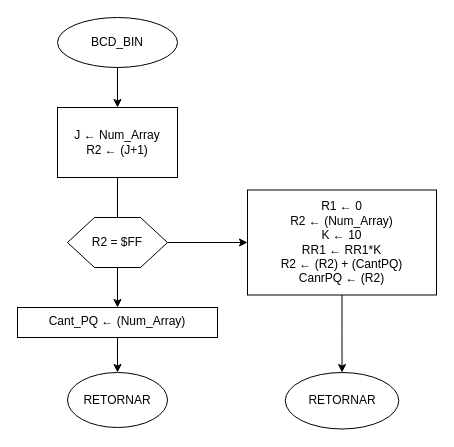
Above: tarea5/BCD_BIN.drawio in robertosc/microprocesadores (draw.io), before the change. Source tidied: cells renumbered, new cells numbered last; positions are measured from the earlier drawing's top-left corner, leaving out a move shared by most shapes. Both pictures are drawn from the tidied source at 100%, with x=0, y=0 at pixel (17, 17).
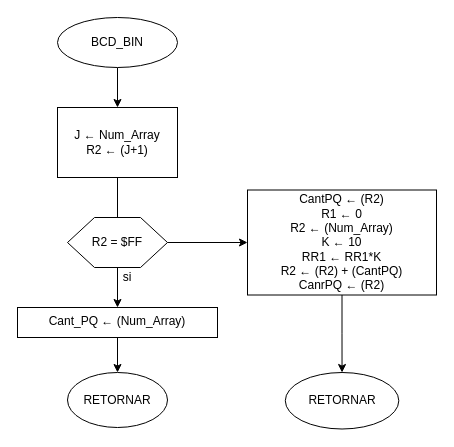
The same diagram, later.

What changed in the source:
```diff
@@
 <mxGraphModel>
   <root>
     <mxCell id="0" />
     <mxCell id="1" parent="0" />
     <mxCell id="2" style="edgeStyle=orthogonalEdgeStyle;rounded=0;jettySize=auto;html=1;" parent="1" edge="1" source="3" target="5">
       <mxGeometry relative="1" as="geometry" />
     </mxCell>
     <mxCell id="3" value="BCD_BIN" style="ellipse;whiteSpace=wrap;html=1;" parent="1" vertex="1">
       <mxGeometry x="40" width="120" height="50" as="geometry" />
     </mxCell>
     <mxCell id="4" style="edgeStyle=orthogonalEdgeStyle;rounded=0;jettySize=auto;html=1;" parent="1" edge="1" source="5" target="9">
       <mxGeometry relative="1" as="geometry" />
     </mxCell>
     <mxCell id="5" value="&lt;div&gt;J ← Num_Array&lt;/div&gt;&lt;div&gt;R2 ← (J+1)&lt;/div&gt;" style="whiteSpace=wrap;html=1;" parent="1" vertex="1">
       <mxGeometry x="40" y="90" width="120" height="70" as="geometry" />
     </mxCell>
     <mxCell id="6" style="edgeStyle=orthogonalEdgeStyle;rounded=0;jettySize=auto;html=1;" parent="1" edge="1" source="7" target="11">
       <mxGeometry relative="1" as="geometry" />
     </mxCell>
     <mxCell id="7" style="verticalLabelPosition=bottom;verticalAlign=top;html=1;shape=hexagon;perimeter=hexagonPerimeter2;arcSize=6;size=0.27;" parent="1" vertex="1">
       <mxGeometry x="50" y="200" width="100" height="50" as="geometry" />
     </mxCell>
     <mxCell id="8" style="edgeStyle=orthogonalEdgeStyle;rounded=0;jettySize=auto;html=1;" parent="1" edge="1" source="9" target="14">
       <mxGeometry relative="1" as="geometry" />
     </mxCell>
     <mxCell id="9" value="R2 = $FF" style="text;html=1;strokeColor=none;fillColor=none;align=center;verticalAlign=middle;whiteSpace=wrap;rounded=0;" parent="1" vertex="1">
       <mxGeometry x="50" y="215" width="100" height="20" as="geometry" />
     </mxCell>
     <mxCell id="10" style="edgeStyle=orthogonalEdgeStyle;rounded=0;jettySize=auto;html=1;" parent="1" edge="1" source="11" target="12">
       <mxGeometry relative="1" as="geometry" />
     </mxCell>
     <mxCell id="11" value="Cant_PQ ← (Num_Array)" style="whiteSpace=wrap;html=1;verticalAlign=top;arcSize=6;" parent="1" vertex="1">
       <mxGeometry y="290" width="200" height="30" as="geometry" />
     </mxCell>
     <mxCell id="12" value="&lt;div&gt;&lt;br&gt;&lt;/div&gt;&lt;div&gt;RETORNAR&lt;br&gt;&lt;/div&gt;" style="ellipse;whiteSpace=wrap;html=1;verticalAlign=top;arcSize=6;" parent="1" vertex="1">
       <mxGeometry x="50" y="355" width="100" height="55" as="geometry" />
     </mxCell>
     <mxCell id="13" style="edgeStyle=orthogonalEdgeStyle;rounded=0;jettySize=auto;html=1;" parent="1" edge="1" source="14" target="15">
       <mxGeometry relative="1" as="geometry" />
     </mxCell>
-    <mxCell id="14" value="&lt;div&gt;R1 ← 0&lt;/div&gt;&lt;div&gt;R2 ← (Num_Array)&lt;/div&gt;&lt;div&gt;K ← 10&lt;/div&gt;&lt;div&gt;RR1 ← RR1*K&lt;/div&gt;&lt;div&gt;R2 ← (R2) + (CantPQ)&lt;/div&gt;&lt;div&gt;CanrPQ ← (R2)&lt;br&gt;&lt;/div&gt;" style="whiteSpace=wrap;html=1;" parent="1" vertex="1">
+    <mxCell id="14" value="&lt;div&gt;CantPQ ← (R2)&lt;br&gt;&lt;/div&gt;&lt;div&gt;R1 ← 0&lt;/div&gt;&lt;div&gt;R2 ← (Num_Array)&lt;/div&gt;&lt;div&gt;K ← 10&lt;/div&gt;&lt;div&gt;RR1 ← RR1*K&lt;/div&gt;&lt;div&gt;R2 ← (R2) + (CantPQ)&lt;/div&gt;&lt;div&gt;CanrPQ ← (R2)&lt;br&gt;&lt;/div&gt;" style="whiteSpace=wrap;html=1;" parent="1" vertex="1">
       <mxGeometry x="230" y="172.5" width="189" height="105" as="geometry" />
     </mxCell>
     <mxCell id="15" value="RETORNAR" style="ellipse;whiteSpace=wrap;html=1;" parent="1" vertex="1">
       <mxGeometry x="267.8" y="355" width="113.5" height="56.5" as="geometry" />
     </mxCell>
+    <mxCell id="16" value="si" style="text;html=1;strokeColor=none;fillColor=none;align=center;verticalAlign=middle;whiteSpace=wrap;rounded=0;" parent="1" vertex="1">
+      <mxGeometry x="90" y="250" width="40" height="20" as="geometry" />
+    </mxCell>
   </root>
 </mxGraphModel>
```
